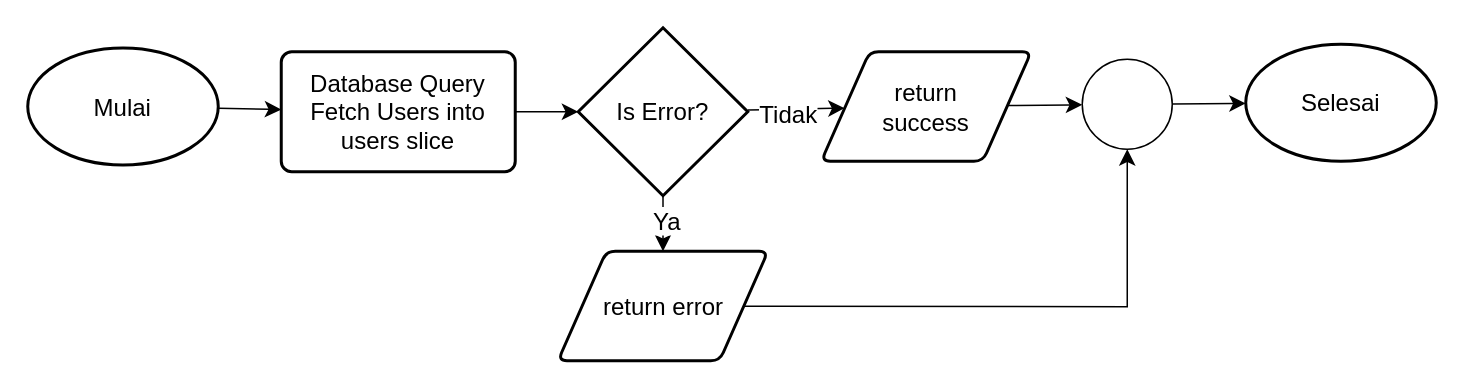
This is page "Page-6" (6 of 10) of problem_1/Untitled Diagram.drawio from Yoga3911/alterra_section_15, a draw.io file, before an edit. Source tidied: cells renumbered, new cells numbered last; positions are measured from the earlier drawing's top-left corner, leaving out a move shared by most shapes. Both pictures are drawn from the tidied source at 150%, with x=0, y=0 at pixel (27, 27).
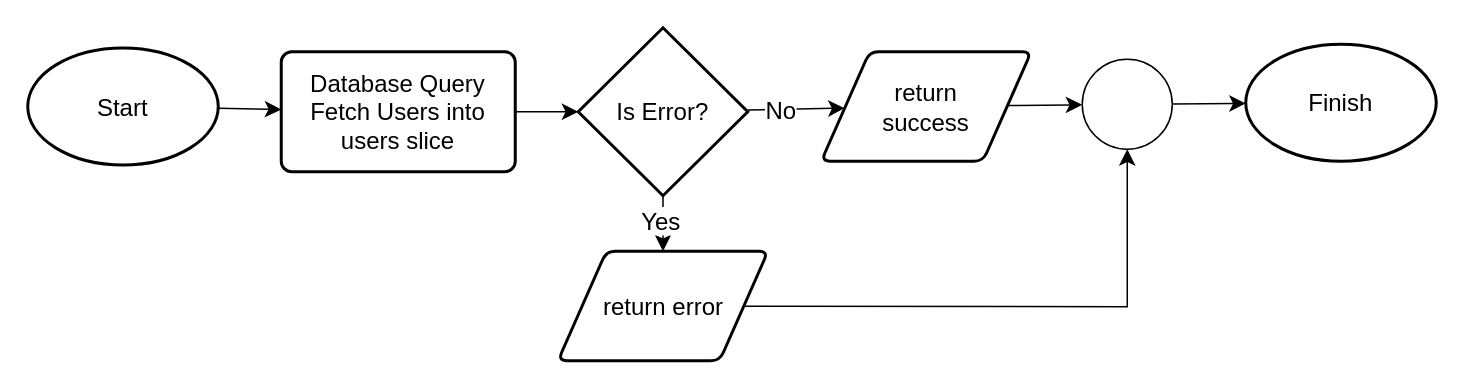
The same page after the edit.

Diff of the diagram source:
```diff
@@
 <mxGraphModel>
   <root>
     <mxCell id="0" />
     <mxCell id="1" parent="0" />
     <mxCell id="2" style="edgeStyle=none;curved=1;rounded=0;jettySize=auto;html=1;fontSize=12;startSize=8;endSize=8;" parent="1" edge="1" source="3" target="5">
       <mxGeometry relative="1" as="geometry" />
     </mxCell>
-    <mxCell id="3" value="Mulai" style="strokeWidth=2;html=1;shape=mxgraph.flowchart.start_1;whiteSpace=wrap;fontSize=16;" parent="1" vertex="1">
+    <mxCell id="3" value="Start" style="strokeWidth=2;html=1;shape=mxgraph.flowchart.start_1;whiteSpace=wrap;fontSize=16;" parent="1" vertex="1">
       <mxGeometry y="13.5" width="127" height="78" as="geometry" />
     </mxCell>
     <mxCell id="4" style="edgeStyle=none;curved=1;rounded=0;jettySize=auto;html=1;fontSize=12;startSize=8;endSize=8;" parent="1" edge="1" source="5" target="10">
       <mxGeometry relative="1" as="geometry" />
     </mxCell>
     <mxCell id="5" value="Database Query Fetch Users into users slice" style="rounded=1;whiteSpace=wrap;html=1;absoluteArcSize=1;arcSize=14;strokeWidth=2;fontSize=16;" parent="1" vertex="1">
       <mxGeometry x="169" y="16" width="156" height="80" as="geometry" />
     </mxCell>
     <mxCell id="6" style="edgeStyle=none;curved=1;rounded=0;jettySize=auto;html=1;fontSize=12;startSize=8;endSize=8;" parent="1" edge="1" source="10" target="11">
       <mxGeometry relative="1" as="geometry" />
     </mxCell>
-    <mxCell id="7" value="Ya" style="edgeLabel;html=1;align=center;verticalAlign=middle;fontSize=16;" parent="6" vertex="1">
-      <mxGeometry x="-0.15" y="2" relative="1" as="geometry" />
-    </mxCell>
+    <mxCell id="18" value="Yes" style="edgeLabel;html=1;align=center;verticalAlign=middle;fontSize=16;" parent="6" vertex="1">
+      <mxGeometry x="-0.14" y="-2" relative="1" as="geometry" />
+    </mxCell>
     <mxCell id="8" style="edgeStyle=none;curved=1;rounded=0;jettySize=auto;html=1;fontSize=12;startSize=8;endSize=8;" parent="1" edge="1" source="10" target="13">
       <mxGeometry relative="1" as="geometry" />
     </mxCell>
-    <mxCell id="9" value="Tidak" style="edgeLabel;html=1;align=center;verticalAlign=middle;fontSize=16;" parent="8" vertex="1">
-      <mxGeometry x="-0.2" y="-3" relative="1" as="geometry" />
-    </mxCell>
+    <mxCell id="19" value="No" style="edgeLabel;html=1;align=center;verticalAlign=middle;fontSize=16;" parent="8" vertex="1">
+      <mxGeometry x="-0.31" relative="1" as="geometry" />
+    </mxCell>
     <mxCell id="10" value="Is Error?" style="strokeWidth=2;html=1;shape=mxgraph.flowchart.decision;whiteSpace=wrap;fontSize=16;" parent="1" vertex="1">
       <mxGeometry x="367" width="113" height="112" as="geometry" />
     </mxCell>
     <mxCell id="11" value="return error" style="shape=parallelogram;html=1;strokeWidth=2;perimeter=parallelogramPerimeter;whiteSpace=wrap;rounded=1;arcSize=12;size=0.23;fontSize=16;" parent="1" vertex="1">
       <mxGeometry x="353.5" y="149" width="140" height="73" as="geometry" />
     </mxCell>
     <mxCell id="12" style="edgeStyle=none;curved=1;rounded=0;jettySize=auto;html=1;fontSize=12;startSize=8;endSize=8;" parent="1" edge="1" source="13" target="16">
       <mxGeometry relative="1" as="geometry" />
     </mxCell>
     <mxCell id="13" value="return &lt;br&gt;success" style="shape=parallelogram;html=1;strokeWidth=2;perimeter=parallelogramPerimeter;whiteSpace=wrap;rounded=1;arcSize=12;size=0.23;fontSize=16;" parent="1" vertex="1">
       <mxGeometry x="529" y="16" width="140" height="73" as="geometry" />
     </mxCell>
-    <mxCell id="14" value="Selesai" style="strokeWidth=2;html=1;shape=mxgraph.flowchart.start_1;whiteSpace=wrap;fontSize=16;" parent="1" vertex="1">
+    <mxCell id="14" value="Finish" style="strokeWidth=2;html=1;shape=mxgraph.flowchart.start_1;whiteSpace=wrap;fontSize=16;" parent="1" vertex="1">
       <mxGeometry x="812" y="11" width="127" height="78" as="geometry" />
     </mxCell>
     <mxCell id="15" style="edgeStyle=none;curved=1;rounded=0;jettySize=auto;html=1;fontSize=12;startSize=8;endSize=8;" parent="1" edge="1" source="16" target="14">
       <mxGeometry relative="1" as="geometry" />
     </mxCell>
     <mxCell id="16" style="verticalLabelPosition=bottom;verticalAlign=top;html=1;shape=mxgraph.flowchart.on-page_reference;fontSize=16;" parent="1" vertex="1">
       <mxGeometry x="703" y="21" width="60" height="60" as="geometry" />
     </mxCell>
     <mxCell id="17" style="edgeStyle=none;curved=0;rounded=0;jettySize=auto;html=1;entryX=0.5;entryY=1;entryDx=0;entryDy=0;entryPerimeter=0;fontSize=12;startSize=8;endSize=8;" parent="1" edge="1" source="11" target="16">
       <mxGeometry relative="1" as="geometry">
         <Array as="points">
           <mxPoint x="733" y="186" />
         </Array>
       </mxGeometry>
     </mxCell>
   </root>
 </mxGraphModel>
```
